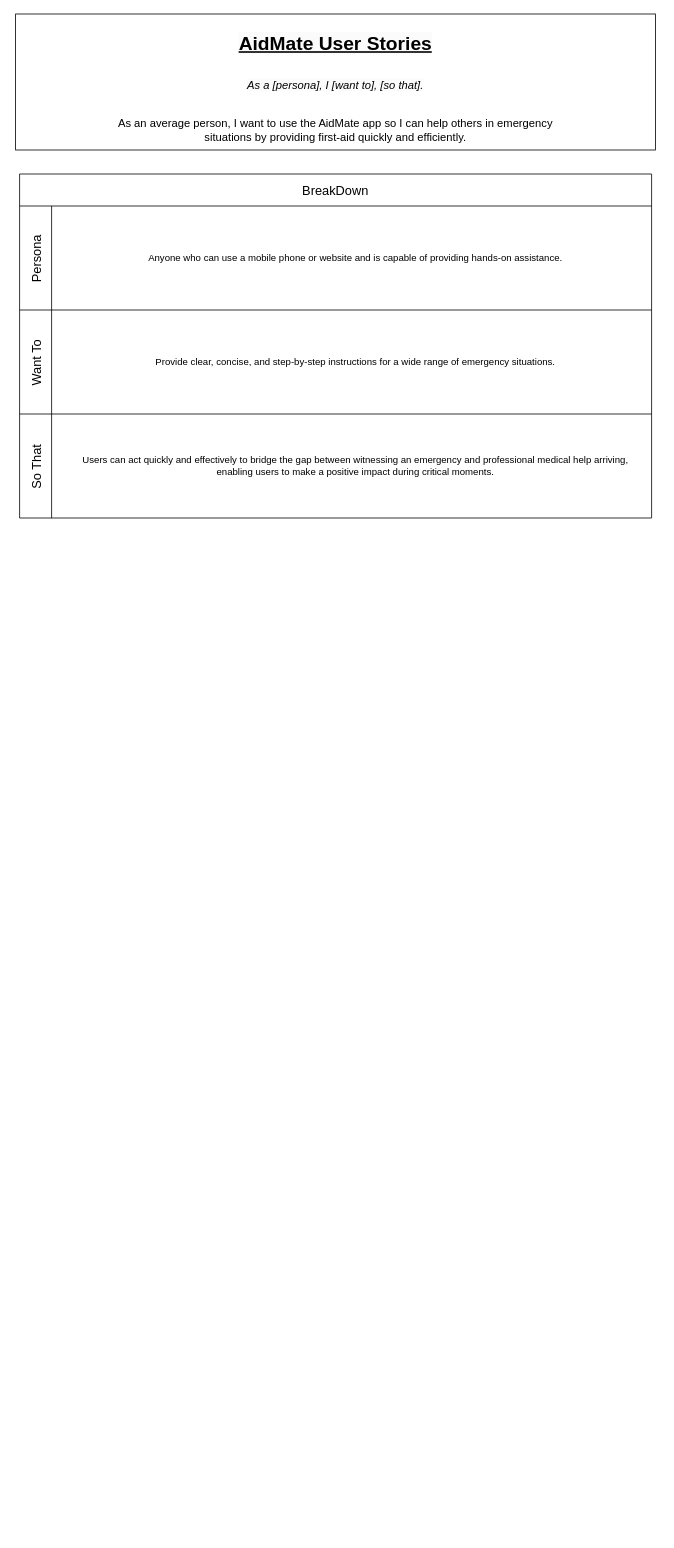
Above: page "User Story" (2 of 9) of Untitled Diagram.drawio in mfmarson/AidMate (draw.io), before the change. Source tidied: cells renumbered, new cells numbered last; positions are measured from the earlier drawing's top-left corner, leaving out a move shared by most shapes. Both pictures are drawn from the tidied source at 80%, with x=0, y=0 at pixel (15, 14).
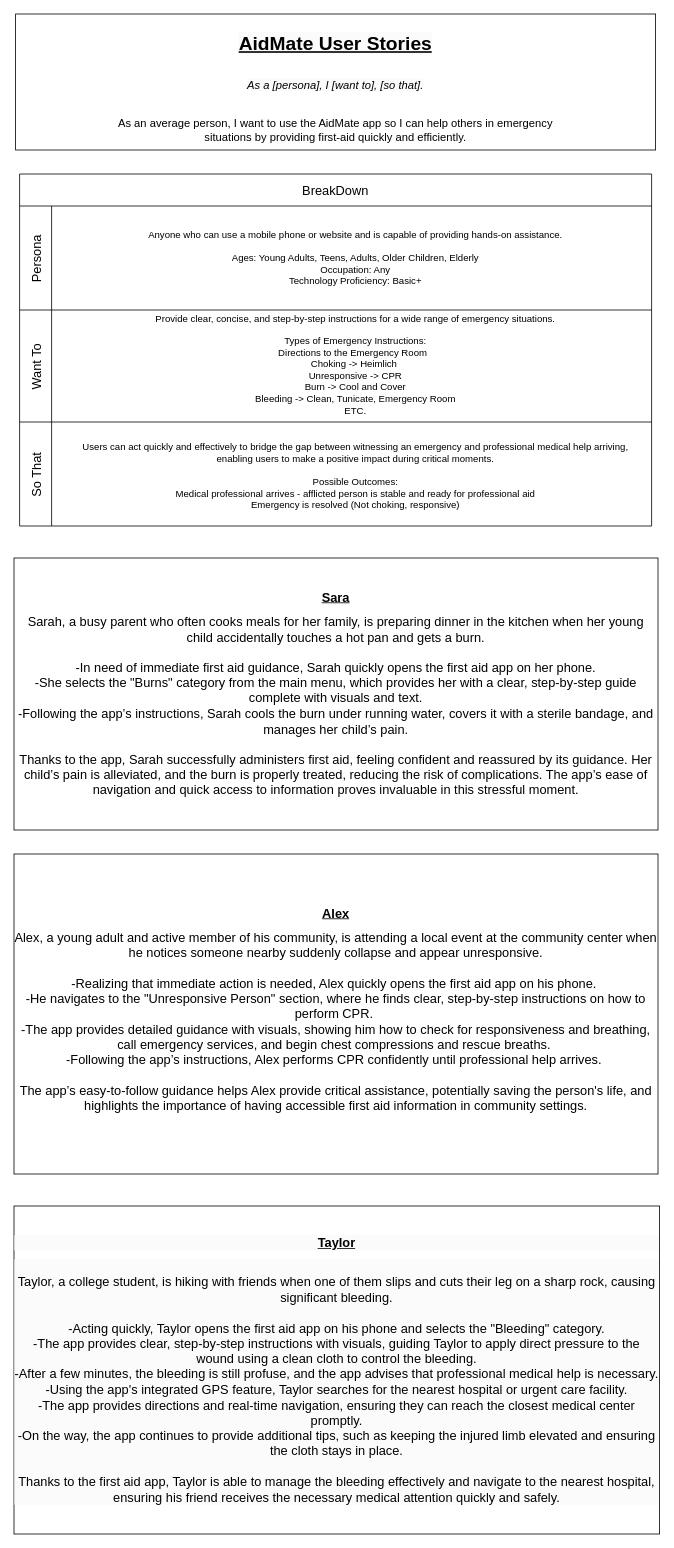
The same diagram, later.

Commit message:
Add User Story details and examples

The edit, as a diff of the source:
```diff
@@
 <mxGraphModel>
   <root>
     <mxCell id="0" />
     <mxCell id="1" parent="0" />
     <mxCell id="2" value="&lt;font style=&quot;font-size: 24px;&quot;&gt;&lt;b style=&quot;&quot;&gt;&lt;span style=&quot;color: rgb(0, 0, 0); font-family: Helvetica; font-style: normal; font-variant-ligatures: normal; font-variant-caps: normal; letter-spacing: normal; orphans: 2; text-align: left; text-indent: 0px; text-transform: none; widows: 2; word-spacing: 0px; -webkit-text-stroke-width: 0px; white-space: normal; background-color: rgb(251, 251, 251); text-decoration-thickness: initial; text-decoration-style: initial; text-decoration-color: initial; float: none; display: inline !important;&quot;&gt;&lt;u&gt;AidMate User Stories&lt;/u&gt;&lt;/span&gt;&lt;/b&gt;&lt;/font&gt;&lt;div&gt;&lt;font style=&quot;font-size: 24px;&quot;&gt;&lt;b style=&quot;&quot;&gt;&lt;br style=&quot;forced-color-adjust: none; color: rgb(0, 0, 0); font-family: Helvetica; font-style: normal; font-variant-ligatures: normal; font-variant-caps: normal; letter-spacing: normal; orphans: 2; text-align: left; text-indent: 0px; text-transform: none; widows: 2; word-spacing: 0px; -webkit-text-stroke-width: 0px; white-space: normal; background-color: rgb(251, 251, 251); text-decoration-thickness: initial; text-decoration-style: initial; text-decoration-color: initial;&quot;&gt;&lt;/b&gt;&lt;/font&gt;&lt;div&gt;&lt;font style=&quot;font-size: 14px;&quot;&gt;&lt;span style=&quot;color: rgb(0, 0, 0); font-family: Helvetica; font-variant-ligatures: normal; font-variant-caps: normal; letter-spacing: normal; orphans: 2; text-align: left; text-indent: 0px; text-transform: none; widows: 2; word-spacing: 0px; -webkit-text-stroke-width: 0px; white-space: normal; background-color: rgb(251, 251, 251); text-decoration-thickness: initial; text-decoration-style: initial; text-decoration-color: initial; float: none; display: inline !important;&quot;&gt;&lt;i&gt;As a [persona], I [want to], [so that].&lt;/i&gt;&lt;/span&gt;&lt;/font&gt;&lt;/div&gt;&lt;div&gt;&lt;font style=&quot;font-size: 14px;&quot;&gt;&lt;span style=&quot;color: rgb(0, 0, 0); font-family: Helvetica; font-variant-ligatures: normal; font-variant-caps: normal; letter-spacing: normal; orphans: 2; text-align: left; text-indent: 0px; text-transform: none; widows: 2; word-spacing: 0px; -webkit-text-stroke-width: 0px; white-space: normal; background-color: rgb(251, 251, 251); text-decoration-thickness: initial; text-decoration-style: initial; text-decoration-color: initial; float: none; display: inline !important;&quot;&gt;&lt;i&gt;&lt;br&gt;&lt;/i&gt;&lt;/span&gt;&lt;/font&gt;&lt;/div&gt;&lt;div&gt;&lt;font style=&quot;font-size: 14px;&quot;&gt;&lt;span style=&quot;color: rgb(0, 0, 0); font-family: Helvetica; font-variant-ligatures: normal; font-variant-caps: normal; letter-spacing: normal; orphans: 2; text-align: left; text-indent: 0px; text-transform: none; widows: 2; word-spacing: 0px; -webkit-text-stroke-width: 0px; white-space: normal; background-color: rgb(251, 251, 251); text-decoration-thickness: initial; text-decoration-style: initial; text-decoration-color: initial; float: none; display: inline !important;&quot;&gt;&lt;i&gt;&lt;br&gt;&lt;/i&gt;&lt;/span&gt;&lt;/font&gt;&lt;/div&gt;&lt;div&gt;&lt;font style=&quot;font-size: 14px;&quot;&gt;&lt;span style=&quot;color: rgb(0, 0, 0); font-family: Helvetica; font-variant-ligatures: normal; font-variant-caps: normal; letter-spacing: normal; orphans: 2; text-align: left; text-indent: 0px; text-transform: none; widows: 2; word-spacing: 0px; -webkit-text-stroke-width: 0px; white-space: normal; background-color: rgb(251, 251, 251); text-decoration-thickness: initial; text-decoration-style: initial; text-decoration-color: initial; float: none; display: inline !important;&quot;&gt;&lt;i&gt;&lt;br&gt;&lt;/i&gt;&lt;/span&gt;&lt;/font&gt;&lt;/div&gt;&lt;/div&gt;" style="rounded=0;whiteSpace=wrap;html=1;" parent="1" vertex="1">
       <mxGeometry width="800" height="170" as="geometry" />
     </mxCell>
     <mxCell id="3" value="&lt;span style=&quot;color: rgb(0, 0, 0); font-family: Helvetica; font-size: 14px; font-style: normal; font-variant-ligatures: normal; font-variant-caps: normal; font-weight: 400; letter-spacing: normal; orphans: 2; text-align: left; text-indent: 0px; text-transform: none; widows: 2; word-spacing: 0px; -webkit-text-stroke-width: 0px; white-space: normal; text-decoration-thickness: initial; text-decoration-style: initial; text-decoration-color: initial; float: none; display: inline !important;&quot;&gt;As an average person, I want to use the AidMate app so I can help others in emergency situations by providing first-aid quickly and efficiently.&lt;/span&gt;" style="text;html=1;align=center;verticalAlign=middle;whiteSpace=wrap;rounded=0;fontSize=14;labelBackgroundColor=default;" parent="1" vertex="1">
       <mxGeometry x="125" y="90" width="550" height="110" as="geometry" />
     </mxCell>
     <mxCell id="4" value="BreakDown" style="shape=table;childLayout=tableLayout;startSize=40;fontSize=16;" parent="1" vertex="1">
-      <mxGeometry x="5" y="200" width="790" height="430" as="geometry" />
+      <mxGeometry x="5" y="200" width="790" height="440" as="geometry" />
     </mxCell>
     <mxCell id="5" value="Persona" style="shape=tableRow;horizontal=0;swimlaneHead=0;swimlaneBody=0;top=0;left=0;strokeColor=inherit;bottom=0;right=0;fontStyle=0;fillColor=none;startSize=40;fontSize=16;" parent="4" vertex="1">
       <mxGeometry y="40" width="790" height="130" as="geometry" />
     </mxCell>
     <mxCell id="6" style="swimlane;swimlaneHead=0;swimlaneBody=0;fontStyle=0;strokeColor=inherit;fillColor=none;startSize=0;fontSize=16;" parent="5" vertex="1">
       <mxGeometry x="40" width="750" height="130" as="geometry" />
     </mxCell>
     <mxCell id="7" value="Want To" style="shape=tableRow;horizontal=0;swimlaneHead=0;swimlaneBody=0;top=0;left=0;strokeColor=inherit;bottom=0;right=0;fontStyle=0;fillColor=none;startSize=40;fontSize=16;" parent="4" vertex="1">
-      <mxGeometry y="170" width="790" height="130" as="geometry" />
+      <mxGeometry y="170" width="790" height="140" as="geometry" />
     </mxCell>
     <mxCell id="8" style="swimlane;swimlaneHead=0;swimlaneBody=0;fontStyle=0;strokeColor=inherit;fillColor=none;startSize=0;fontSize=16;" parent="7" vertex="1">
-      <mxGeometry x="40" width="750" height="130" as="geometry" />
+      <mxGeometry x="40" width="750" height="140" as="geometry" />
     </mxCell>
-    <mxCell id="9" value="Provide clear, concise, and step-by-step instructions for a wide range of emergency situations." style="text;html=1;align=center;verticalAlign=middle;whiteSpace=wrap;rounded=0;" parent="8" vertex="1">
-      <mxGeometry x="30" y="20" width="700" height="90" as="geometry" />
+    <mxCell id="9" value="Provide clear, concise, and step-by-step instructions for a wide range of emergency situations.&lt;div&gt;&lt;br&gt;&lt;/div&gt;&lt;div&gt;Types of Emergency Instructions:&lt;/div&gt;&lt;div&gt;Directions to the Emergency Room&amp;nbsp;&amp;nbsp;&lt;br&gt;Choking -&amp;gt; Heimlich&amp;nbsp;&lt;/div&gt;&lt;div&gt;Unresponsive -&amp;gt; CPR&lt;/div&gt;&lt;div&gt;Burn -&amp;gt; Cool and Cover&lt;/div&gt;&lt;div&gt;Bleeding -&amp;gt; Clean, Tunicate, Emergency Room&lt;/div&gt;&lt;div&gt;ETC.&lt;/div&gt;&lt;div&gt;&lt;br&gt;&lt;/div&gt;" style="text;html=1;align=center;verticalAlign=middle;whiteSpace=wrap;rounded=0;" parent="8" vertex="1">
+      <mxGeometry x="30" y="30" width="700" height="90" as="geometry" />
     </mxCell>
     <mxCell id="10" value="So That" style="shape=tableRow;horizontal=0;swimlaneHead=0;swimlaneBody=0;top=0;left=0;strokeColor=inherit;bottom=0;right=0;fontStyle=0;fillColor=none;startSize=40;fontSize=16;" parent="4" vertex="1">
-      <mxGeometry y="300" width="790" height="130" as="geometry" />
+      <mxGeometry y="310" width="790" height="130" as="geometry" />
     </mxCell>
     <mxCell id="11" style="swimlane;swimlaneHead=0;swimlaneBody=0;fontStyle=0;strokeColor=inherit;fillColor=none;startSize=0;fontSize=16;" parent="10" vertex="1">
       <mxGeometry x="40" width="750" height="130" as="geometry" />
     </mxCell>
-    <mxCell id="12" value="Users can act quickly and effectively to bridge the gap between witnessing an emergency and professional medical help arriving, enabling users to make a positive impact during critical moments." style="text;html=1;align=center;verticalAlign=middle;whiteSpace=wrap;rounded=0;" parent="11" vertex="1">
-      <mxGeometry x="30" y="20" width="700" height="90" as="geometry" />
+    <mxCell id="12" value="Users can act quickly and effectively to bridge the gap between witnessing an emergency and professional medical help arriving, enabling users to make a positive impact during critical moments.&lt;div&gt;&lt;br&gt;&lt;/div&gt;&lt;div&gt;Possible Outcomes:&lt;/div&gt;&lt;div&gt;Medical professional arrives - afflicted person is stable and ready for professional aid&lt;/div&gt;&lt;div&gt;Emergency is resolved (Not choking, responsive)&lt;/div&gt;&lt;div&gt;&lt;br&gt;&lt;/div&gt;" style="text;html=1;align=center;verticalAlign=middle;whiteSpace=wrap;rounded=0;" parent="11" vertex="1">
+      <mxGeometry x="30" y="30" width="700" height="90" as="geometry" />
     </mxCell>
-    <mxCell id="13" value="Anyone who can use a mobile phone or website and is capable of providing hands-on assistance." style="text;html=1;align=center;verticalAlign=middle;whiteSpace=wrap;rounded=0;" parent="1" vertex="1">
+    <mxCell id="13" value="Anyone who can use a mobile phone or website and is capable of providing hands-on assistance.&lt;div&gt;&lt;br&gt;&lt;/div&gt;&lt;div&gt;Ages: Young Adults, Teens, Adults, Older Children, Elderly&lt;/div&gt;&lt;div&gt;Occupation: Any&lt;/div&gt;&lt;div&gt;Technology Proficiency: Basic+&lt;/div&gt;" style="text;html=1;align=center;verticalAlign=middle;whiteSpace=wrap;rounded=0;" parent="1" vertex="1">
       <mxGeometry x="75" y="260" width="700" height="90" as="geometry" />
     </mxCell>
+    <mxCell id="14" value="&lt;h1 style=&quot;forced-color-adjust: none; margin-top: 0px; font-size: 16px;&quot;&gt;&lt;u style=&quot;forced-color-adjust: none; font-size: 16px;&quot;&gt;Sara&lt;/u&gt;&lt;/h1&gt;&lt;div style=&quot;forced-color-adjust: none; font-size: 16px;&quot;&gt;&lt;div style=&quot;forced-color-adjust: none; font-size: 16px;&quot;&gt;&lt;font style=&quot;forced-color-adjust: none; font-size: 16px;&quot;&gt;Sarah, a busy parent who often cooks meals for her family, is preparing dinner in the kitchen when her young child accidentally touches a hot pan and gets a burn.&lt;/font&gt;&lt;/div&gt;&lt;div style=&quot;forced-color-adjust: none; font-size: 16px;&quot;&gt;&lt;font style=&quot;forced-color-adjust: none; font-size: 16px;&quot;&gt;&lt;br style=&quot;forced-color-adjust: none; font-size: 16px;&quot;&gt;-In need of immediate first aid guidance, Sarah quickly opens the first aid app on her phone.&lt;br style=&quot;forced-color-adjust: none; font-size: 16px;&quot;&gt;-She selects the &quot;Burns&quot; category from the main menu, which provides her with a clear, step-by-step guide complete with&lt;span style=&quot;forced-color-adjust: none; white-space: pre; font-size: 16px;&quot;&gt;&lt;span style=&quot;white-space: pre; font-size: 16px;&quot;&gt;&amp;nbsp;&lt;/span&gt;&lt;/span&gt;visuals and text.&lt;br style=&quot;forced-color-adjust: none; font-size: 16px;&quot;&gt;-Following the app’s instructions, Sarah cools the burn under running water, covers it with a sterile bandage, and manages her child’s pain.&lt;br style=&quot;forced-color-adjust: none; font-size: 16px;&quot;&gt;&lt;br style=&quot;forced-color-adjust: none; font-size: 16px;&quot;&gt;Thanks to the app, Sarah successfully administers first aid, feeling confident and reassured by its guidance. Her child’s pain is alleviated, and the burn is properly treated, reducing the risk of complications. The app’s ease of navigation and quick access to information proves invaluable in this stressful moment.&lt;/font&gt;&lt;/div&gt;&lt;/div&gt;" style="rounded=0;whiteSpace=wrap;html=1;fontSize=16;align=center;" parent="1" vertex="1">
+      <mxGeometry x="-2" y="680" width="805" height="340" as="geometry" />
+    </mxCell>
+    <mxCell id="15" value="&lt;h1 style=&quot;margin-top: 0px; font-size: 16px;&quot;&gt;&lt;u style=&quot;font-size: 16px;&quot;&gt;Alex&lt;/u&gt;&lt;/h1&gt;&lt;h1 style=&quot;margin-top: 0px; font-size: 16px;&quot;&gt;&lt;div style=&quot;font-size: 16px;&quot;&gt;&lt;div style=&quot;font-size: 16px;&quot;&gt;&lt;span style=&quot;background-color: initial; font-weight: normal; font-size: 16px;&quot;&gt;&lt;font style=&quot;font-size: 16px;&quot;&gt;Alex, a young adult and active member of his community, is attending a local event at the community center when he notices someone nearby suddenly collapse and appear unresponsive.&lt;/font&gt;&lt;/span&gt;&lt;/div&gt;&lt;font style=&quot;font-weight: normal; font-size: 16px;&quot;&gt;&lt;div style=&quot;font-size: 16px;&quot;&gt;&lt;br style=&quot;font-size: 16px;&quot;&gt;&lt;/div&gt;&lt;div style=&quot;font-size: 16px;&quot;&gt;&lt;span style=&quot;background-color: initial; font-size: 16px;&quot;&gt;-Realizing that immediate action is needed, Alex quickly opens the first aid app on his phone.&amp;nbsp;&lt;/span&gt;&lt;/div&gt;&lt;/font&gt;&lt;/div&gt;&lt;div style=&quot;font-size: 16px;&quot;&gt;&lt;font style=&quot;font-weight: normal; font-size: 16px;&quot;&gt;-He navigates to the &quot;Unresponsive Person&quot; section, where he finds clear, step-by-step instructions on how to perform CPR.&amp;nbsp;&lt;/font&gt;&lt;/div&gt;&lt;div style=&quot;font-size: 16px;&quot;&gt;&lt;font style=&quot;font-weight: normal; font-size: 16px;&quot;&gt;-The app provides detailed guidance with visuals, showing him how to check for responsiveness and breathing, call emergency services, and begin chest compressions and rescue breaths.&amp;nbsp;&lt;/font&gt;&lt;/div&gt;&lt;div style=&quot;font-size: 16px;&quot;&gt;&lt;font style=&quot;font-weight: normal; font-size: 16px;&quot;&gt;-Following the app’s instructions, Alex performs CPR confidently until professional help arrives.&amp;nbsp;&lt;/font&gt;&lt;/div&gt;&lt;div style=&quot;font-size: 16px;&quot;&gt;&lt;font style=&quot;font-weight: normal; font-size: 16px;&quot;&gt;&lt;br style=&quot;font-size: 16px;&quot;&gt;&lt;/font&gt;&lt;/div&gt;&lt;div style=&quot;font-size: 16px;&quot;&gt;&lt;font style=&quot;font-weight: normal; font-size: 16px;&quot;&gt;The app’s easy-to-follow guidance helps Alex provide critical assistance, potentially saving the person's life, and highlights the importance of having accessible first aid information in community settings.&lt;/font&gt;&lt;/div&gt;&lt;/h1&gt;" style="rounded=0;whiteSpace=wrap;html=1;align=center;fontSize=16;" parent="1" vertex="1">
+      <mxGeometry x="-2" y="1050" width="805" height="400" as="geometry" />
+    </mxCell>
+    <mxCell id="16" value="&lt;h1 style=&quot;forced-color-adjust: none; color: rgb(0, 0, 0); font-family: Helvetica; font-style: normal; font-variant-ligatures: normal; font-variant-caps: normal; letter-spacing: normal; orphans: 2; text-indent: 0px; text-transform: none; widows: 2; word-spacing: 0px; -webkit-text-stroke-width: 0px; white-space: normal; background-color: rgb(251, 251, 251); text-decoration-thickness: initial; text-decoration-style: initial; text-decoration-color: initial; margin-top: 0px; font-size: 16px;&quot;&gt;&lt;span style=&quot;forced-color-adjust: none; background-color: initial; font-size: 16px;&quot;&gt;&lt;u style=&quot;forced-color-adjust: none; font-size: 16px;&quot;&gt;Taylor&lt;/u&gt;&lt;/span&gt;&lt;/h1&gt;&lt;div style=&quot;forced-color-adjust: none; color: rgb(0, 0, 0); font-family: Helvetica; font-size: 16px; font-style: normal; font-variant-ligatures: normal; font-variant-caps: normal; font-weight: 400; letter-spacing: normal; orphans: 2; text-indent: 0px; text-transform: none; widows: 2; word-spacing: 0px; -webkit-text-stroke-width: 0px; white-space: normal; background-color: rgb(251, 251, 251); text-decoration-thickness: initial; text-decoration-style: initial; text-decoration-color: initial;&quot;&gt;&lt;div style=&quot;forced-color-adjust: none; font-size: 16px;&quot;&gt;&lt;br style=&quot;forced-color-adjust: none; font-size: 16px;&quot;&gt;&lt;/div&gt;&lt;div style=&quot;forced-color-adjust: none; font-size: 16px;&quot;&gt;&lt;div style=&quot;forced-color-adjust: none; font-size: 16px;&quot;&gt;&lt;font style=&quot;forced-color-adjust: none; font-size: 16px;&quot;&gt;Taylor, a college student, is hiking with friends when one of them slips and cuts their leg on a sharp rock, causing significant bleeding.&lt;br style=&quot;forced-color-adjust: none; font-size: 16px;&quot;&gt;&lt;br style=&quot;forced-color-adjust: none; font-size: 16px;&quot;&gt;-Acting quickly, Taylor opens the first aid app on his phone and selects the &quot;Bleeding&quot; category.&lt;br style=&quot;forced-color-adjust: none; font-size: 16px;&quot;&gt;-The app provides clear, step-by-step instructions with visuals, guiding Taylor to apply direct pressure to the wound using a clean cloth to control the bleeding.&lt;br style=&quot;forced-color-adjust: none; font-size: 16px;&quot;&gt;-After a few minutes, the bleeding is still profuse, and the app advises that professional medical help is necessary.&lt;/font&gt;&lt;/div&gt;&lt;div style=&quot;forced-color-adjust: none; font-size: 16px;&quot;&gt;&lt;span style=&quot;forced-color-adjust: none; font-size: 16px; background-color: initial;&quot;&gt;-Using the app's integrated GPS feature, Taylor searches for the nearest hospital or urgent care facility.&lt;br style=&quot;forced-color-adjust: none; font-size: 16px;&quot;&gt;-The app provides directions and real-time navigation, ensuring they can reach the closest medical center promptly.&lt;br style=&quot;forced-color-adjust: none; font-size: 16px;&quot;&gt;-On the way, the app continues to provide additional tips, such as keeping the injured limb elevated and ensuring the cloth stays in place.&lt;br style=&quot;forced-color-adjust: none; font-size: 16px;&quot;&gt;&lt;br style=&quot;forced-color-adjust: none; font-size: 16px;&quot;&gt;Thanks to the first aid app, Taylor is able to manage the bleeding effectively and navigate to the nearest hospital, ensuring his friend receives the necessary medical attention quickly and safely.&lt;/span&gt;&lt;/div&gt;&lt;/div&gt;&lt;/div&gt;" style="rounded=0;whiteSpace=wrap;html=1;align=center;fontSize=16;" parent="1" vertex="1">
+      <mxGeometry x="-2" y="1490" width="807" height="410" as="geometry" />
+    </mxCell>
   </root>
 </mxGraphModel>
```
